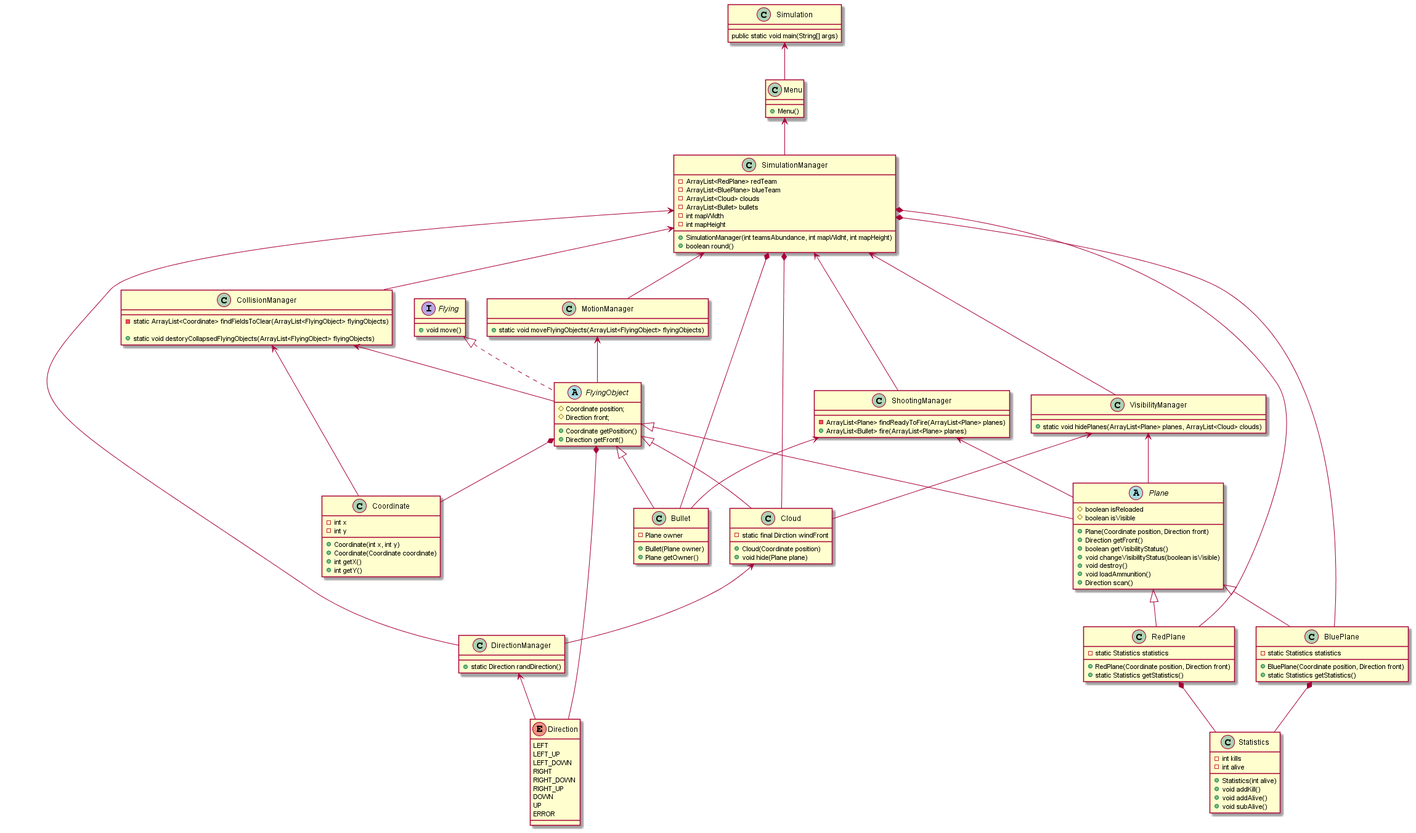
Before: ClassDiagram/ClassDiagram/Simlation Class Diagram.png, a diagram exported from PlantUML (Piek4rz/Simulation).
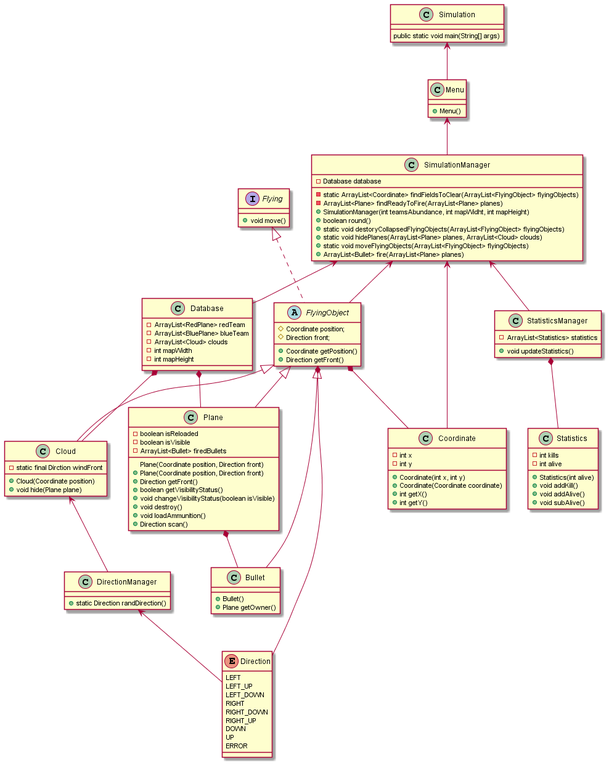
After the change.

Commit message:
Deleting classdiagram

Diff of the diagram source:
```diff
@@ -3,11 +3,23 @@
 {
     public static void main(String[] args)
 }
-abstract Plane
+
+class Database
 {
-    # boolean isReloaded
-    # boolean isVisible
+    - ArrayList<RedPlane> redTeam
+    - ArrayList<BluePlane> blueTeam
+    - ArrayList<Cloud> clouds
+    - int mapWidth
+    - int mapHeight
+}
 
+class Plane
+{
+    - boolean isReloaded
+    - boolean isVisible
+    - ArrayList<Bullet> firedBullets
+
+    Plane(Coordinate position, Direction front)
     + Plane(Coordinate position, Direction front)
     + Direction getFront()
     + boolean getVisibilityStatus()
@@ -16,10 +28,12 @@
     + void loadAmmunition()
     + Direction scan()
 }
+
 interface Flying
 {
     + void move()
 }
+
 abstract FlyingObject
 {
     # Coordinate position;
@@ -28,6 +42,7 @@
     + Coordinate getPosition()
     + Direction getFront()
 }
+
 class Cloud
 {
     - static final Dirction windFront
@@ -35,67 +50,43 @@
     + Cloud(Coordinate position)
     + void hide(Plane plane)
 }
+
 class Bullet
 {
-    - Plane owner
-    + Bullet(Plane owner)
+    + Bullet()
     + Plane getOwner()
 }
-class RedPlane
-{
-    - static Statistics statistics
 
-    + RedPlane(Coordinate position, Direction front)
-    + static Statistics getStatistics()
-}
-class BluePlane
-{
-
-    - static Statistics statistics
-
-    + BluePlane(Coordinate position, Direction front)
-    + static Statistics getStatistics()
-}
-class CollisionManager
-{
-    - static ArrayList<Coordinate> findFieldsToClear(ArrayList<FlyingObject> flyingObjects)
-
-    + static void destoryCollapsedFlyingObjects(ArrayList<FlyingObject> flyingObjects)
-
-}
 class DirectionManager
 {
     + static Direction randDirection()
 }
-class MotionManager
+
+class SimulationManager
 {
+    - Database database
+    - static ArrayList<Coordinate> findFieldsToClear(ArrayList<FlyingObject> flyingObjects)
+    - ArrayList<Plane> findReadyToFire(ArrayList<Plane> planes)
+    + SimulationManager(int teamsAbundance, int mapWidht, int mapHeight)
+    + boolean round()
+    + static void destoryCollapsedFlyingObjects(ArrayList<FlyingObject> flyingObjects)
+    + static void hidePlanes(ArrayList<Plane> planes, ArrayList<Cloud> clouds)
     + static void moveFlyingObjects(ArrayList<FlyingObject> flyingObjects)
-}
-class ShootingManager
-{
-    - ArrayList<Plane> findReadyToFire(ArrayList<Plane> planes)
     + ArrayList<Bullet> fire(ArrayList<Plane> planes)
 }
-class SimulationManager
+
+class StatisticsManager
 {
-    - ArrayList<RedPlane> redTeam
-    - ArrayList<BluePlane> blueTeam
-    - ArrayList<Cloud> clouds
-    - ArrayList<Bullet> bullets
-    - int mapWidth
-    - int mapHeight
+    - ArrayList<Statistics> statistics
 
-    + SimulationManager(int teamsAbundance, int mapWidht, int mapHeight)
-    + boolean round()
+    + void updateStatistics()
 }
-class VisibilityManager
-{
-    + static void hidePlanes(ArrayList<Plane> planes, ArrayList<Cloud> clouds)
-}
+
 class Menu
 {
     + Menu()
 }
+
 class Coordinate
 {
     - int x
@@ -106,6 +97,7 @@
     + int getX()
     + int getY()
 }
+
 enum Direction
 {
     LEFT
@@ -118,6 +110,7 @@
     UP
     ERROR
 }
+
 class Statistics
 {
     - int kills
@@ -133,31 +126,21 @@
 FlyingObject <|-- Bullet
 FlyingObject <|-- Cloud
 FlyingObject <|-- Plane
-Plane <|-- RedPlane
-Plane <|-- BluePlane
-RedPlane *-- Statistics
-BluePlane *-- Statistics
-SimulationManager *-- RedPlane
-SimulationManager *-- BluePlane
-SimulationManager *-- Bullet
-SimulationManager *-- Cloud
+
+StatisticsManager *-- Statistics
 FlyingObject *-- Coordinate
 FlyingObject *-- Direction
-SimulationManager <-- DirectionManager
-SimulationManager <-- CollisionManager
-SimulationManager <-- MotionManager
-SimulationManager <-- VisibilityManager
-SimulationManager <-- ShootingManager
 Menu <-- SimulationManager
 Simulation <-- Menu
 Cloud <-- DirectionManager
-VisibilityManager <-- Plane
-VisibilityManager <-- Cloud
-CollisionManager <-- Coordinate
-CollisionManager <-- FlyingObject
-MotionManager <-- FlyingObject
-ShootingManager <-- Plane
-ShootingManager <-- Bullet
+Database *-- Plane
+Database *-- Cloud
+SimulationManager <-- Coordinate
+SimulationManager <-- Database
 DirectionManager <-- Direction
+SimulationManager <-- StatisticsManager
+SimulationManager <-- FlyingObject
+Plane *-- Bullet
+
 
 @enduml
```
